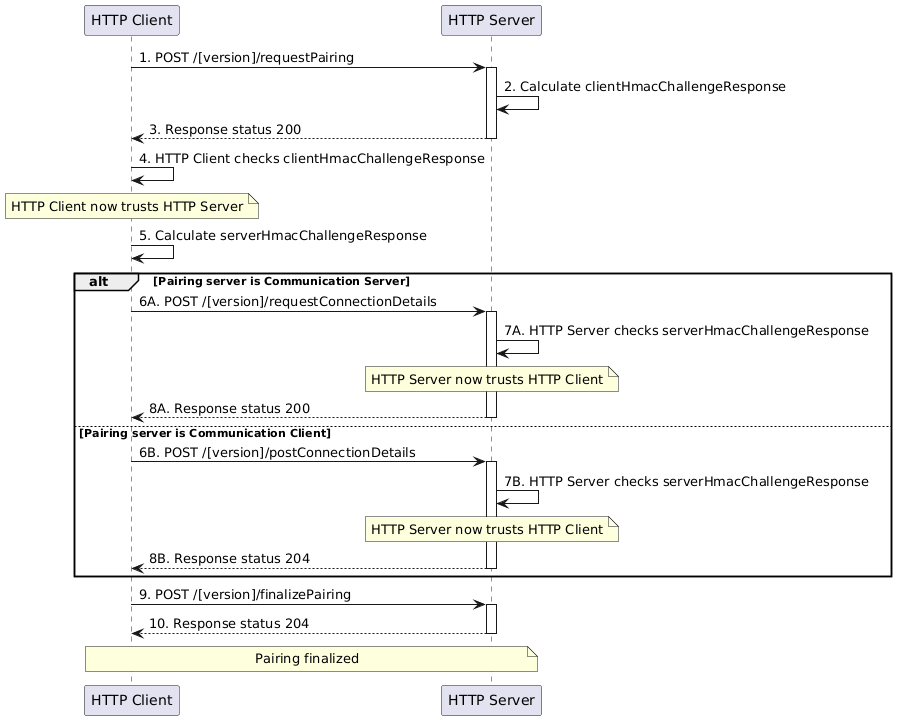
Above: website/static/img/communication-layer/pairing_http_process.png in flexiblepower/s2-documentation (PlantUML), before the change.
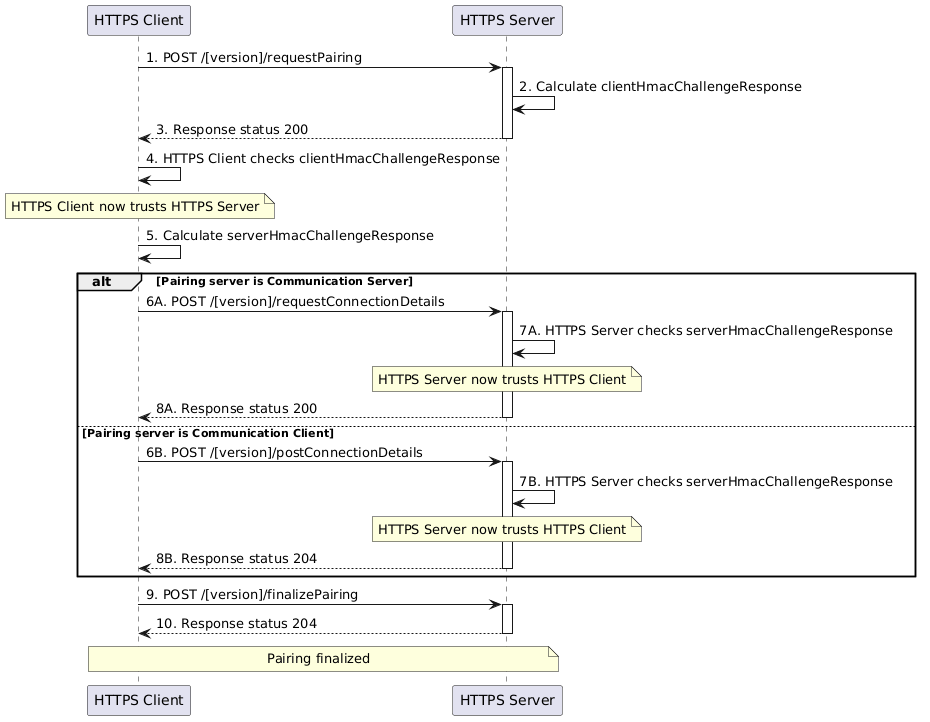
Later version of the same file.

Commit message:
Used HTTPS consistently instead of HTTP

The edit, as a diff of the source:
```diff
@@ -1,6 +1,6 @@
 @startuml
-participant "HTTP Client" as Client
-participant "HTTP Server" as Server
+participant "HTTPS Client" as Client
+participant "HTTPS Server" as Server
 
 Client->Server: 1. POST /[version]/requestPairing
 activate Server
@@ -8,24 +8,24 @@
 Server-->Client: 3. Response status 200
 deactivate Server
 
-Client->Client: 4. HTTP Client checks clientHmacChallengeResponse
+Client->Client: 4. HTTPS Client checks clientHmacChallengeResponse
 
-Note over Client: HTTP Client now trusts HTTP Server
+Note over Client: HTTPS Client now trusts HTTPS Server
 
 Client->Client: 5. Calculate serverHmacChallengeResponse
 
 alt Pairing server is Communication Server
     Client->Server: 6A. POST /[version]/requestConnectionDetails
     activate Server
-    Server->Server: 7A. HTTP Server checks serverHmacChallengeResponse
-    Note over Server: HTTP Server now trusts HTTP Client
+    Server->Server: 7A. HTTPS Server checks serverHmacChallengeResponse
+    Note over Server: HTTPS Server now trusts HTTPS Client
     Server-->Client: 8A. Response status 200
     deactivate Server
 else Pairing server is Communication Client
     Client->Server: 6B. POST /[version]/postConnectionDetails
     activate Server
-    Server->Server: 7B. HTTP Server checks serverHmacChallengeResponse
-    Note over Server: HTTP Server now trusts HTTP Client
+    Server->Server: 7B. HTTPS Server checks serverHmacChallengeResponse
+    Note over Server: HTTPS Server now trusts HTTPS Client
     Server-->Client: 8B. Response status 204
     deactivate Server
 end
```
